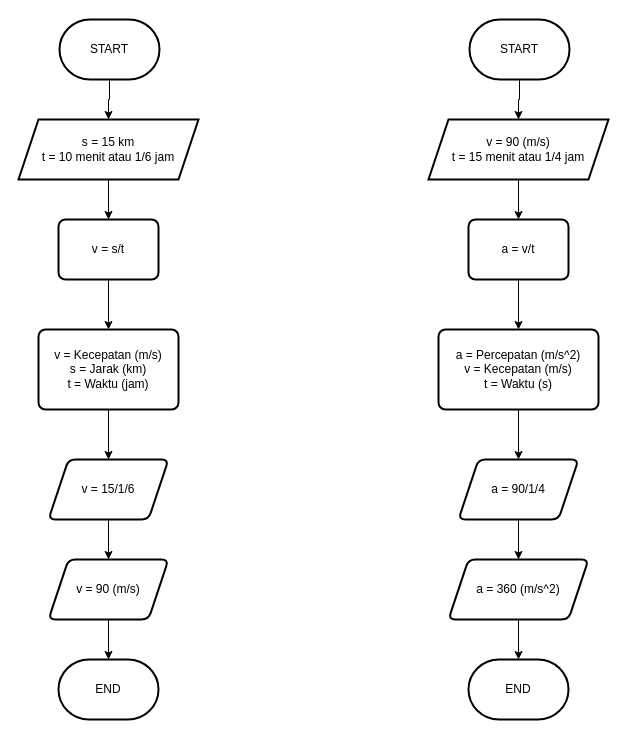
Vanvill027/Algo_B_23241075_2 keeps this draw.io diagram as Mencari Kecepatan dan Percepatan.drawio. Above is the earlier version. Source tidied: cells renumbered, new cells numbered last; positions are measured from the earlier drawing's top-left corner, leaving out a move shared by most shapes. Both pictures are drawn from the tidied source at 100%, with x=0, y=0 at pixel (18, 19).
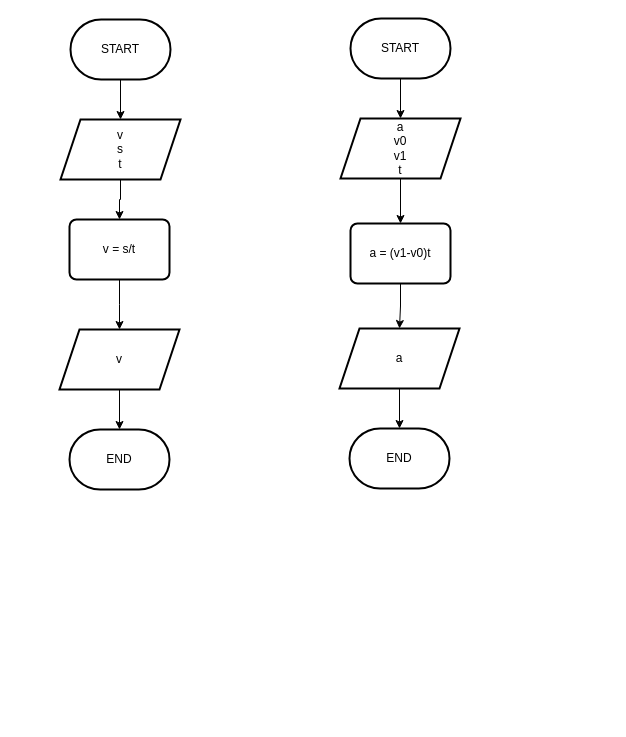
After the change.

Change to the diagram source:
```diff
@@
     <mxCell id="3" value="START" style="strokeWidth=2;html=1;shape=mxgraph.flowchart.terminator;whiteSpace=wrap;" parent="1" vertex="1">
-      <mxGeometry x="41" width="100" height="60" as="geometry" />
+      <mxGeometry x="52" width="100" height="60" as="geometry" />
     </mxCell>
@@
-    <mxCell id="5" value="s = 15 km&lt;br&gt;t = 10 menit atau 1/6 jam" style="shape=parallelogram;perimeter=parallelogramPerimeter;whiteSpace=wrap;html=1;fixedSize=1;strokeWidth=2;" parent="1" vertex="1">
-      <mxGeometry y="100" width="180" height="60" as="geometry" />
+    <mxCell id="5" value="v&lt;br&gt;s&lt;br&gt;t" style="shape=parallelogram;perimeter=parallelogramPerimeter;whiteSpace=wrap;html=1;fixedSize=1;strokeWidth=2;" parent="1" vertex="1">
+      <mxGeometry x="42" y="100" width="120" height="60" as="geometry" />
     </mxCell>
-    <mxCell id="6" style="edgeStyle=orthogonalEdgeStyle;rounded=0;jettySize=auto;html=1;" parent="1" edge="1" source="7" target="9">
-      <mxGeometry relative="1" as="geometry" />
+    <mxCell id="6" style="edgeStyle=orthogonalEdgeStyle;rounded=0;jettySize=auto;html=1;" parent="1" edge="1" source="7">
+      <mxGeometry relative="1" as="geometry">
+        <mxPoint x="101" y="310" as="targetPoint" />
+      </mxGeometry>
     </mxCell>
     <mxCell id="7" value="v = s/t" style="rounded=1;whiteSpace=wrap;html=1;absoluteArcSize=1;arcSize=14;strokeWidth=2;" parent="1" vertex="1">
-      <mxGeometry x="40" y="200" width="100" height="60" as="geometry" />
+      <mxGeometry x="51" y="200" width="100" height="60" as="geometry" />
     </mxCell>
-    <mxCell id="8" style="edgeStyle=orthogonalEdgeStyle;rounded=0;jettySize=auto;html=1;" parent="1" edge="1" source="9" target="11">
-      <mxGeometry relative="1" as="geometry" />
-    </mxCell>
-    <mxCell id="9" value="v = Kecepatan (m/s)&lt;br&gt;s = Jarak (km)&lt;br&gt;t = Waktu (jam)" style="rounded=1;whiteSpace=wrap;html=1;absoluteArcSize=1;arcSize=14;strokeWidth=2;glass=0;" parent="1" vertex="1">
-      <mxGeometry x="20" y="310" width="140" height="80" as="geometry" />
-    </mxCell>
-    <mxCell id="10" style="edgeStyle=orthogonalEdgeStyle;rounded=0;jettySize=auto;html=1;" parent="1" edge="1" source="11" target="13">
-      <mxGeometry relative="1" as="geometry" />
-    </mxCell>
-    <mxCell id="11" value="v = 15/1/6" style="shape=parallelogram;perimeter=parallelogramPerimeter;whiteSpace=wrap;html=1;fixedSize=1;rounded=1;arcSize=14;strokeWidth=2;glass=0;" parent="1" vertex="1">
-      <mxGeometry x="30" y="440" width="120" height="60" as="geometry" />
-    </mxCell>
@@
-    <mxCell id="13" value="v = 90 (m/s)" style="shape=parallelogram;perimeter=parallelogramPerimeter;whiteSpace=wrap;html=1;fixedSize=1;rounded=1;arcSize=14;strokeWidth=2;glass=0;" parent="1" vertex="1">
-      <mxGeometry x="30" y="540" width="120" height="60" as="geometry" />
+    <mxCell id="13" value="v" style="shape=parallelogram;perimeter=parallelogramPerimeter;whiteSpace=wrap;html=1;fixedSize=1;rounded=1;arcSize=0;strokeWidth=2;glass=0;" parent="1" vertex="1">
+      <mxGeometry x="41" y="310" width="120" height="60" as="geometry" />
     </mxCell>
     <mxCell id="14" value="END" style="strokeWidth=2;html=1;shape=mxgraph.flowchart.terminator;whiteSpace=wrap;" parent="1" vertex="1">
-      <mxGeometry x="40" y="640" width="100" height="60" as="geometry" />
+      <mxGeometry x="51" y="410" width="100" height="60" as="geometry" />
     </mxCell>
@@
     <mxCell id="16" value="START" style="strokeWidth=2;html=1;shape=mxgraph.flowchart.terminator;whiteSpace=wrap;" parent="1" vertex="1">
-      <mxGeometry x="451" width="100" height="60" as="geometry" />
+      <mxGeometry x="332" y="-1" width="100" height="60" as="geometry" />
     </mxCell>
@@
-    <mxCell id="18" value="v = 90 (m/s)&lt;br&gt;t = 15 menit atau 1/4 jam" style="shape=parallelogram;perimeter=parallelogramPerimeter;whiteSpace=wrap;html=1;fixedSize=1;strokeWidth=2;" parent="1" vertex="1">
-      <mxGeometry x="410" y="100" width="180" height="60" as="geometry" />
+    <mxCell id="18" value="a&lt;br&gt;v0&lt;br&gt;v1&lt;br&gt;t" style="shape=parallelogram;perimeter=parallelogramPerimeter;whiteSpace=wrap;html=1;fixedSize=1;strokeWidth=2;" parent="1" vertex="1">
+      <mxGeometry x="322" y="99" width="120" height="60" as="geometry" />
     </mxCell>
-    <mxCell id="19" style="edgeStyle=orthogonalEdgeStyle;rounded=0;jettySize=auto;html=1;" parent="1" edge="1" source="20" target="22">
-      <mxGeometry relative="1" as="geometry" />
+    <mxCell id="19" style="edgeStyle=orthogonalEdgeStyle;rounded=0;jettySize=auto;html=1;" parent="1" edge="1" source="20">
+      <mxGeometry relative="1" as="geometry">
+        <mxPoint x="381" y="309" as="targetPoint" />
+      </mxGeometry>
     </mxCell>
-    <mxCell id="20" value="a = v/t" style="rounded=1;whiteSpace=wrap;html=1;absoluteArcSize=1;arcSize=14;strokeWidth=2;" parent="1" vertex="1">
-      <mxGeometry x="450" y="200" width="100" height="60" as="geometry" />
+    <mxCell id="20" value="a = (v1-v0)t" style="rounded=1;whiteSpace=wrap;html=1;absoluteArcSize=1;arcSize=14;strokeWidth=2;" parent="1" vertex="1">
+      <mxGeometry x="332" y="204" width="100" height="60" as="geometry" />
     </mxCell>
-    <mxCell id="21" style="edgeStyle=orthogonalEdgeStyle;rounded=0;jettySize=auto;html=1;" parent="1" edge="1" source="22" target="24">
-      <mxGeometry relative="1" as="geometry" />
-    </mxCell>
-    <mxCell id="22" value="a = Percepatan (m/s^2)&lt;br&gt;v = Kecepatan (m/s)&lt;br&gt;t = Waktu (s)" style="rounded=1;whiteSpace=wrap;html=1;absoluteArcSize=1;arcSize=14;strokeWidth=2;glass=0;" parent="1" vertex="1">
-      <mxGeometry x="420" y="310" width="160" height="80" as="geometry" />
-    </mxCell>
-    <mxCell id="23" style="edgeStyle=orthogonalEdgeStyle;rounded=0;jettySize=auto;html=1;" parent="1" edge="1" source="24" target="26">
-      <mxGeometry relative="1" as="geometry" />
-    </mxCell>
-    <mxCell id="24" value="a = 90/1/4" style="shape=parallelogram;perimeter=parallelogramPerimeter;whiteSpace=wrap;html=1;fixedSize=1;rounded=1;arcSize=14;strokeWidth=2;glass=0;" parent="1" vertex="1">
-      <mxGeometry x="440" y="440" width="120" height="60" as="geometry" />
-    </mxCell>
@@
-    <mxCell id="26" value="a = 360 (m/s^2)" style="shape=parallelogram;perimeter=parallelogramPerimeter;whiteSpace=wrap;html=1;fixedSize=1;rounded=1;arcSize=14;strokeWidth=2;glass=0;" parent="1" vertex="1">
-      <mxGeometry x="430" y="540" width="140" height="60" as="geometry" />
+    <mxCell id="26" value="a" style="shape=parallelogram;perimeter=parallelogramPerimeter;whiteSpace=wrap;html=1;fixedSize=1;rounded=1;arcSize=0;strokeWidth=2;glass=0;" parent="1" vertex="1">
+      <mxGeometry x="321" y="309" width="120" height="60" as="geometry" />
     </mxCell>
     <mxCell id="27" value="END" style="strokeWidth=2;html=1;shape=mxgraph.flowchart.terminator;whiteSpace=wrap;" parent="1" vertex="1">
-      <mxGeometry x="450" y="640" width="100" height="60" as="geometry" />
+      <mxGeometry x="331" y="409" width="100" height="60" as="geometry" />
     </mxCell>
```
